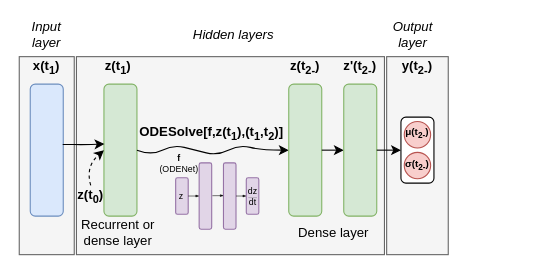
oizin/links keeps this draw.io diagram as graph2.drawio. Above is the earlier version. Source tidied: cells renumbered, new cells numbered last; positions are measured from the earlier drawing's top-left corner, leaving out a move shared by most shapes. Both pictures are drawn from the tidied source at 110%, with x=0, y=0 at pixel (-20, 23).
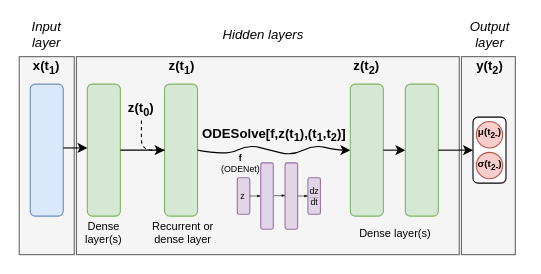
The same page after the edit.

Unchanged cells that the change refers to:
```xml
<mxCell id="5" style="rounded=1;whiteSpace=wrap;html=1;rotation=90;fillColor=#dae8fc;strokeColor=#6c8ebf;" parent="1" vertex="1">
  <mxGeometry y="100" width="120" height="30" as="geometry" />
</mxCell>
```

What changed in the source:
```diff
@@
     <mxCell id="2" style="rounded=0;whiteSpace=wrap;html=1;fillColor=#f5f5f5;strokeColor=#666666;fontColor=#333333;" parent="1" vertex="1">
-      <mxGeometry x="369" y="30" width="56" height="180" as="geometry" />
+      <mxGeometry x="437" y="30" width="49" height="180" as="geometry" />
     </mxCell>
@@
     <mxCell id="4" style="rounded=0;whiteSpace=wrap;html=1;fillColor=#f5f5f5;strokeColor=#666666;fontColor=#333333;" parent="1" vertex="1">
-      <mxGeometry x="87" y="30" width="280" height="180" as="geometry" />
+      <mxGeometry x="87" y="30" width="348" height="180" as="geometry" />
     </mxCell>
@@
     <mxCell id="7" style="rounded=1;whiteSpace=wrap;html=1;rotation=90;fillColor=#d5e8d4;strokeColor=#82b366;" parent="1" vertex="1">
-      <mxGeometry x="67" y="100" width="120" height="30" as="geometry" />
+      <mxGeometry x="122.1" y="100" width="120" height="30" as="geometry" />
     </mxCell>
     <mxCell id="8" value="z(t&lt;sub&gt;1&lt;/sub&gt;)" style="text;html=1;strokeColor=none;fillColor=none;align=center;verticalAlign=middle;whiteSpace=wrap;rounded=0;fontStyle=1;" parent="1" vertex="1">
-      <mxGeometry x="105" y="30" width="40" height="20" as="geometry" />
+      <mxGeometry x="163" y="30" width="40" height="20" as="geometry" />
     </mxCell>
-    <mxCell id="9" style="endArrow=classic;html=1;exitX=0.457;exitY=0.016;exitDx=0;exitDy=0;exitPerimeter=0;entryX=0.454;entryY=0.985;entryDx=0;entryDy=0;entryPerimeter=0;" parent="1" edge="1" source="5" target="7">
-      <mxGeometry relative="1" as="geometry">
-        <Array as="points">
-          <mxPoint x="95" y="110" />
-        </Array>
-      </mxGeometry>
-    </mxCell>
-    <mxCell id="10" style="curved=1;endArrow=classic;html=1;entryX=0.5;entryY=1;entryDx=0;entryDy=0;dashed=1;exitX=0.5;exitY=0;exitDx=0;exitDy=0;" parent="1" edge="1" source="11" target="7">
-      <mxGeometry relative="1" as="geometry">
-        <Array as="points">
-          <mxPoint x="95" y="130" />
-        </Array>
-      </mxGeometry>
-    </mxCell>
     <mxCell id="11" value="z(t&lt;sub&gt;0&lt;/sub&gt;)" style="text;html=1;strokeColor=none;fillColor=none;align=center;verticalAlign=middle;whiteSpace=wrap;rounded=0;fontStyle=1;" parent="1" vertex="1">
-      <mxGeometry x="80" y="147" width="40" height="20" as="geometry" />
+      <mxGeometry x="126.1" y="68" width="40" height="20" as="geometry" />
     </mxCell>
     <mxCell id="12" style="curved=1;endArrow=classic;html=1;exitX=0.5;exitY=0;exitDx=0;exitDy=0;entryX=0.5;entryY=1;entryDx=0;entryDy=0;" parent="1" edge="1" source="7" target="13">
       <mxGeometry relative="1" as="geometry">
         <Array as="points">
-          <mxPoint x="155" y="120" />
-          <mxPoint x="175" y="110" />
-          <mxPoint x="195" y="115" />
-          <mxPoint x="215" y="120" />
-          <mxPoint x="235" y="110" />
-          <mxPoint x="255" y="115" />
+          <mxPoint x="223" y="120" />
+          <mxPoint x="243" y="110" />
+          <mxPoint x="263" y="115" />
+          <mxPoint x="283" y="120" />
+          <mxPoint x="303" y="110" />
+          <mxPoint x="323" y="115" />
         </Array>
       </mxGeometry>
     </mxCell>
     <mxCell id="13" style="rounded=1;whiteSpace=wrap;html=1;rotation=90;fillColor=#d5e8d4;strokeColor=#82b366;" parent="1" vertex="1">
-      <mxGeometry x="235" y="100" width="120" height="30" as="geometry" />
+      <mxGeometry x="291" y="100" width="120" height="30" as="geometry" />
     </mxCell>
     <mxCell id="14" value="ODESolve[f,z(t&lt;sub&gt;1&lt;/sub&gt;),(t&lt;sub&gt;1&lt;/sub&gt;,t&lt;sub&gt;2&lt;/sub&gt;)]" style="text;html=1;strokeColor=none;fillColor=none;align=center;verticalAlign=middle;whiteSpace=wrap;rounded=0;fontStyle=1;" parent="1" vertex="1">
-      <mxGeometry x="135" y="90" width="150" height="20" as="geometry" />
+      <mxGeometry x="198.2" y="91" width="138" height="20" as="geometry" />
     </mxCell>
-    <mxCell id="15" value="z(t&lt;sub&gt;2-&lt;/sub&gt;)" style="text;html=1;strokeColor=none;fillColor=none;align=center;verticalAlign=middle;whiteSpace=wrap;rounded=0;fontStyle=1;" parent="1" vertex="1">
-      <mxGeometry x="275" y="30" width="40" height="20" as="geometry" />
+    <mxCell id="15" value="z(t&lt;sub&gt;2&lt;/sub&gt;)" style="text;html=1;strokeColor=none;fillColor=none;align=center;verticalAlign=middle;whiteSpace=wrap;rounded=0;fontStyle=1;" parent="1" vertex="1">
+      <mxGeometry x="331" y="30" width="40" height="20" as="geometry" />
     </mxCell>
@@
     <mxCell id="17" style="rounded=1;whiteSpace=wrap;html=1;rotation=-90;fillColor=#d5e8d4;strokeColor=#82b366;" parent="1" vertex="1">
-      <mxGeometry x="285" y="100" width="120" height="30" as="geometry" />
+      <mxGeometry x="341" y="100" width="120" height="30" as="geometry" />
     </mxCell>
@@
     <mxCell id="19" style="rounded=1;whiteSpace=wrap;html=1;rotation=90;" parent="1" vertex="1">
-      <mxGeometry x="367" y="100" width="60" height="30" as="geometry" />
+      <mxGeometry x="432.5" y="100" width="60" height="30" as="geometry" />
     </mxCell>
     <mxCell id="20" style="ellipse;whiteSpace=wrap;html=1;fillColor=#f8cecc;strokeColor=#b85450;" parent="1" vertex="1">
-      <mxGeometry x="385" y="89" width="24" height="24" as="geometry" />
+      <mxGeometry x="450.5" y="89" width="24" height="24" as="geometry" />
     </mxCell>
     <mxCell id="21" style="ellipse;whiteSpace=wrap;html=1;fillColor=#f8cecc;strokeColor=#b85450;" parent="1" vertex="1">
-      <mxGeometry x="385" y="117" width="24" height="24" as="geometry" />
+      <mxGeometry x="450.5" y="117" width="24" height="24" as="geometry" />
     </mxCell>
-    <mxCell id="22" value="z'(t&lt;sub&gt;2-&lt;/sub&gt;)" style="text;html=1;strokeColor=none;fillColor=none;align=center;verticalAlign=middle;whiteSpace=wrap;rounded=0;fontStyle=1;" parent="1" vertex="1">
-      <mxGeometry x="325" y="30" width="40" height="20" as="geometry" />
-    </mxCell>
@@
     <mxCell id="24" value="&lt;i&gt;Hidden layers&lt;/i&gt;" style="text;html=1;strokeColor=none;fillColor=none;align=center;verticalAlign=middle;whiteSpace=wrap;rounded=0;" parent="1" vertex="1">
-      <mxGeometry x="185" width="90" height="20" as="geometry" />
+      <mxGeometry x="212.4" width="90" height="20" as="geometry" />
     </mxCell>
     <mxCell id="25" value="&lt;i&gt;Output layer&lt;/i&gt;" style="text;html=1;strokeColor=none;fillColor=none;align=center;verticalAlign=middle;whiteSpace=wrap;rounded=0;" parent="1" vertex="1">
-      <mxGeometry x="362.5" width="60" height="20" as="geometry" />
+      <mxGeometry x="432.5" width="60" height="20" as="geometry" />
     </mxCell>
     <mxCell id="26" value="&lt;font style=&quot;font-size: 9px&quot;&gt;μ(t&lt;sub&gt;2-&lt;/sub&gt;)&lt;/font&gt;" style="text;html=1;strokeColor=none;fillColor=none;align=center;verticalAlign=middle;whiteSpace=wrap;rounded=0;fontStyle=1;" parent="1" vertex="1">
-      <mxGeometry x="377" y="88" width="40" height="20" as="geometry" />
+      <mxGeometry x="442.5" y="88" width="40" height="20" as="geometry" />
     </mxCell>
     <mxCell id="27" value="&lt;font style=&quot;font-size: 9px&quot;&gt;&lt;span&gt;σ(&lt;/span&gt;t&lt;sub&gt;2-&lt;/sub&gt;)&lt;/font&gt;" style="text;html=1;strokeColor=none;fillColor=none;align=center;verticalAlign=middle;whiteSpace=wrap;rounded=0;fontStyle=1;" parent="1" vertex="1">
-      <mxGeometry x="386" y="122" width="22" height="9" as="geometry" />
+      <mxGeometry x="451.5" y="122" width="22" height="9" as="geometry" />
     </mxCell>
-    <mxCell id="28" value="y(t&lt;sub&gt;2-&lt;/sub&gt;)" style="text;html=1;strokeColor=none;fillColor=none;align=center;verticalAlign=middle;whiteSpace=wrap;rounded=0;fontStyle=1;" parent="1" vertex="1">
-      <mxGeometry x="377" y="30" width="40" height="20" as="geometry" />
+    <mxCell id="28" value="y(t&lt;sub&gt;2&lt;/sub&gt;)" style="text;html=1;strokeColor=none;fillColor=none;align=center;verticalAlign=middle;whiteSpace=wrap;rounded=0;fontStyle=1;" parent="1" vertex="1">
+      <mxGeometry x="442.5" y="30" width="40" height="20" as="geometry" />
     </mxCell>
-    <mxCell id="29" value="&lt;div&gt;Recurrent or &lt;br&gt;&lt;/div&gt;&lt;div&gt;dense layer&lt;br&gt;&lt;/div&gt;" style="text;html=1;strokeColor=none;fillColor=none;align=center;verticalAlign=middle;whiteSpace=wrap;rounded=0;rotation=0;" parent="1" vertex="1">
-      <mxGeometry x="55" y="175" width="140" height="30" as="geometry" />
+    <mxCell id="29" value="&lt;div style=&quot;font-size: 10px;&quot;&gt;Recurrent or &lt;br style=&quot;font-size: 10px;&quot;&gt;&lt;/div&gt;&lt;div style=&quot;font-size: 10px;&quot;&gt;dense layer&lt;br style=&quot;font-size: 10px;&quot;&gt;&lt;/div&gt;" style="text;html=1;strokeColor=none;fillColor=none;align=center;verticalAlign=middle;whiteSpace=wrap;rounded=0;rotation=0;fontSize=10;" parent="1" vertex="1">
+      <mxGeometry x="146.3" y="175" width="76" height="30" as="geometry" />
     </mxCell>
-    <mxCell id="30" value="&lt;div&gt;Dense layer&lt;br&gt;&lt;/div&gt;" style="text;html=1;strokeColor=none;fillColor=none;align=center;verticalAlign=middle;whiteSpace=wrap;rounded=0;rotation=0;" parent="1" vertex="1">
-      <mxGeometry x="280.2" y="175" width="82.2" height="30" as="geometry" />
+    <mxCell id="30" value="&lt;div style=&quot;font-size: 10px;&quot;&gt;Dense layer(s)&lt;br style=&quot;font-size: 10px;&quot;&gt;&lt;/div&gt;" style="text;html=1;strokeColor=none;fillColor=none;align=center;verticalAlign=middle;whiteSpace=wrap;rounded=0;rotation=0;fontSize=10;" parent="1" vertex="1">
+      <mxGeometry x="336.2" y="175" width="82.2" height="30" as="geometry" />
     </mxCell>
     <mxCell id="31" style="rounded=1;whiteSpace=wrap;html=1;rotation=90;fontSize=10;fillColor=#e1d5e7;strokeColor=#9673a6;" parent="1" vertex="1">
-      <mxGeometry x="166.3" y="151" width="33.2" height="11.4" as="geometry" />
+      <mxGeometry x="222.3" y="151" width="33.2" height="11.4" as="geometry" />
     </mxCell>
     <mxCell id="32" style="rounded=1;whiteSpace=wrap;html=1;rotation=90;fillColor=#e1d5e7;strokeColor=#9673a6;" parent="1" vertex="1">
-      <mxGeometry x="174.1" y="151" width="60.3" height="11.4" as="geometry" />
+      <mxGeometry x="230.1" y="151" width="60.3" height="11.4" as="geometry" />
     </mxCell>
     <mxCell id="33" style="rounded=1;whiteSpace=wrap;html=1;rotation=90;fillColor=#e1d5e7;strokeColor=#9673a6;" parent="1" vertex="1">
-      <mxGeometry x="196.2" y="151" width="60.3" height="11.4" as="geometry" />
+      <mxGeometry x="252.2" y="151" width="60.3" height="11.4" as="geometry" />
     </mxCell>
     <mxCell id="34" style="rounded=1;whiteSpace=wrap;html=1;rotation=90;fillColor=#e1d5e7;strokeColor=#9673a6;" parent="1" vertex="1">
-      <mxGeometry x="230.5" y="151" width="33.2" height="11.4" as="geometry" />
+      <mxGeometry x="286.5" y="151" width="33.2" height="11.4" as="geometry" />
     </mxCell>
     <mxCell id="35" style="endArrow=blockThin;html=1;strokeWidth=0.5;exitX=0.5;exitY=0;exitDx=0;exitDy=0;entryX=0.5;entryY=1;entryDx=0;entryDy=0;endFill=1;endSize=2;" parent="1" edge="1" source="31" target="32">
-      <mxGeometry x="331.8" y="228.5" as="geometry" />
+      <mxGeometry x="387.8" y="228.5" as="geometry" />
     </mxCell>
     <mxCell id="36" style="endArrow=blockThin;html=1;strokeWidth=0.5;endFill=1;endSize=2;entryX=0.494;entryY=0.985;entryDx=0;entryDy=0;entryPerimeter=0;" parent="1" edge="1" target="33">
-      <mxGeometry x="331.8" y="228.5" as="geometry">
-        <mxPoint x="210.6" y="156.4" as="sourcePoint" />
+      <mxGeometry x="387.8" y="228.5" as="geometry">
+        <mxPoint x="266.6" y="156.4" as="sourcePoint" />
       </mxGeometry>
     </mxCell>
     <mxCell id="37" style="endArrow=blockThin;html=1;strokeWidth=0.5;exitX=0.5;exitY=0;exitDx=0;exitDy=0;endFill=1;endSize=2;entryX=0.5;entryY=1;entryDx=0;entryDy=0;" parent="1" edge="1" source="33" target="34">
-      <mxGeometry x="331.8" y="228.5" as="geometry" />
+      <mxGeometry x="387.8" y="228.5" as="geometry" />
     </mxCell>
     <mxCell id="38" value="z" style="text;html=1;strokeColor=none;fillColor=none;align=center;verticalAlign=middle;whiteSpace=wrap;rounded=0;fontSize=8;" parent="1" vertex="1">
-      <mxGeometry x="156.4" y="143.8" width="53.1" height="25.8" as="geometry" />
+      <mxGeometry x="212.4" y="143.8" width="53.1" height="25.8" as="geometry" />
     </mxCell>
     <mxCell id="39" value="&lt;div style=&quot;font-size: 8px;&quot;&gt;dz&lt;/div&gt;&lt;div style=&quot;font-size: 8px;&quot;&gt;dt&lt;/div&gt;" style="text;html=1;strokeColor=none;fillColor=none;align=center;verticalAlign=middle;whiteSpace=wrap;rounded=0;fontSize=8;" parent="1" vertex="1">
-      <mxGeometry x="243.5" y="146.1" width="7.2" height="22.4" as="geometry" />
+      <mxGeometry x="299.5" y="146.1" width="7.2" height="22.4" as="geometry" />
     </mxCell>
     <mxCell id="40" style="endArrow=none;html=1;fontSize=5;endSize=2;strokeWidth=0.2;startSize=6;" parent="1" edge="1">
-      <mxGeometry x="331.8" y="228.5" as="geometry">
-        <mxPoint x="243.2" y="158.2" as="sourcePoint" />
-        <mxPoint x="251.1" y="158.2" as="targetPoint" />
+      <mxGeometry x="387.8" y="228.5" as="geometry">
+        <mxPoint x="299.2" y="158.2" as="sourcePoint" />
+        <mxPoint x="307.1" y="158.2" as="targetPoint" />
       </mxGeometry>
     </mxCell>
     <mxCell id="41" value="&lt;div style=&quot;font-size: 8px;&quot;&gt;&lt;b style=&quot;font-size: 8px;&quot;&gt;f&lt;/b&gt; &lt;br style=&quot;font-size: 8px;&quot;&gt;&lt;/div&gt;&lt;div style=&quot;font-size: 8px;&quot;&gt;(ODENet)&lt;/div&gt;" style="text;html=1;strokeColor=none;fillColor=none;align=center;verticalAlign=middle;whiteSpace=wrap;rounded=0;fontSize=8;" parent="1" vertex="1">
-      <mxGeometry x="160.9" y="113.6" width="38.6" height="25.8" as="geometry" />
+      <mxGeometry x="216.9" y="113.6" width="38.6" height="25.8" as="geometry" />
     </mxCell>
+    <mxCell id="42" style="rounded=1;whiteSpace=wrap;html=1;rotation=90;fillColor=#d5e8d4;strokeColor=#82b366;" parent="1" vertex="1">
+      <mxGeometry x="51.9" y="100" width="120" height="30" as="geometry" />
+    </mxCell>
+    <mxCell id="43" style="endArrow=classic;html=1;entryX=0.5;entryY=1;entryDx=0;entryDy=0;exitX=0.5;exitY=0;exitDx=0;exitDy=0;" parent="1" edge="1" source="42" target="7">
+      <mxGeometry relative="1" as="geometry" />
+    </mxCell>
+    <mxCell id="44" style="endArrow=classic;html=1;exitX=0.5;exitY=0;exitDx=0;exitDy=0;" parent="1" edge="1">
+      <mxGeometry relative="1" as="geometry">
+        <mxPoint x="75" y="113" as="sourcePoint" />
+        <mxPoint x="97" y="113" as="targetPoint" />
+      </mxGeometry>
+    </mxCell>
+    <mxCell id="45" value="&lt;div style=&quot;font-size: 10px;&quot;&gt;Dense layer(s)&lt;br style=&quot;font-size: 10px;&quot;&gt;&lt;/div&gt;" style="text;html=1;strokeColor=none;fillColor=none;align=center;verticalAlign=middle;whiteSpace=wrap;rounded=0;rotation=0;fontSize=10;" parent="1" vertex="1">
+      <mxGeometry x="78.9" y="175" width="66.1" height="30" as="geometry" />
+    </mxCell>
+    <mxCell id="10" style="endArrow=none;dashed=1;html=1;fontSize=10;exitX=0.5;exitY=1;exitDx=0;exitDy=0;entryX=0.5;entryY=1;entryDx=0;entryDy=0;" parent="1" edge="1" source="11" target="7">
+      <mxGeometry relative="1" as="geometry">
+        <Array as="points">
+          <mxPoint x="146" y="115" />
+        </Array>
+      </mxGeometry>
+    </mxCell>
```
